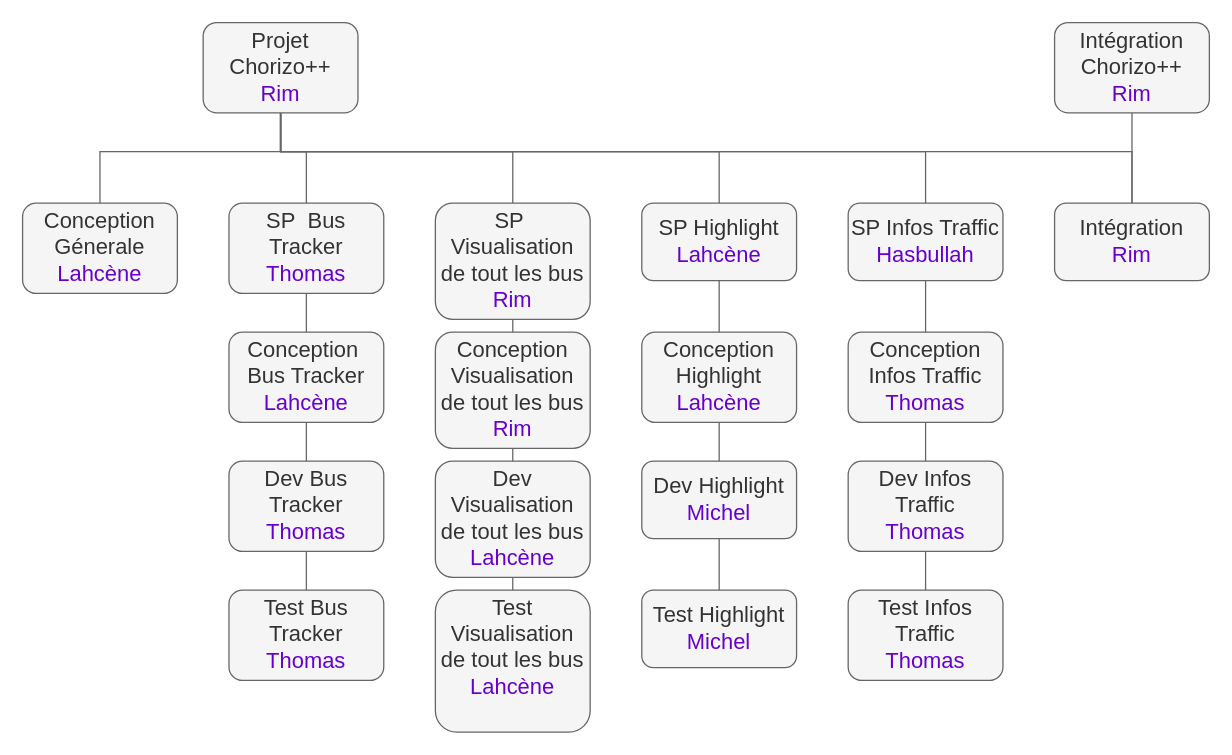
RimAmarat/AuditSysteme keeps this draw.io diagram as OBS.drawio. Above is the earlier version. Source tidied: cells renumbered, new cells numbered last; positions are measured from the earlier drawing's top-left corner, leaving out a move shared by most shapes. Both pictures are drawn from the tidied source at 129%, with x=0, y=0 at pixel (22, 22).
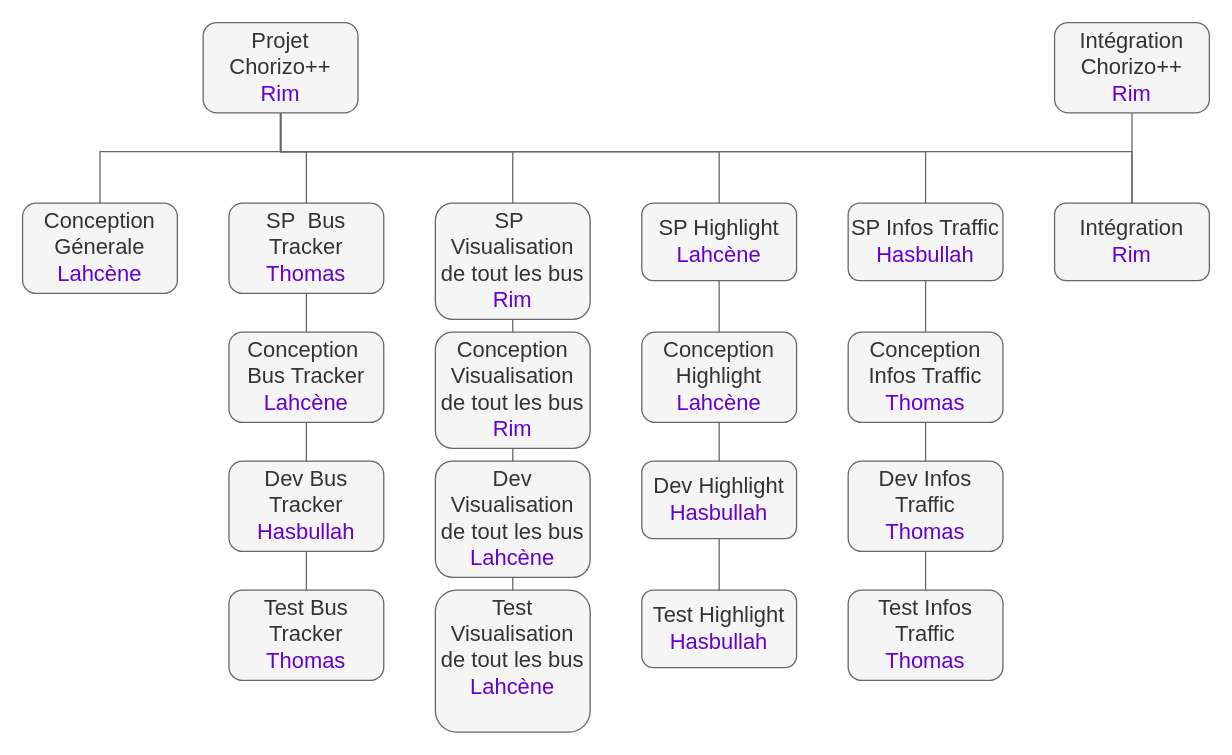
After the change.

Change to the diagram source:
```diff
@@
-    <mxCell id="18" value="&lt;div&gt;&lt;span style=&quot;font-size: 17px&quot;&gt;Dev Bus Tracker&lt;/span&gt;&lt;/div&gt;&lt;div&gt;&lt;span style=&quot;font-size: 17px&quot;&gt;&lt;font color=&quot;#6600CC&quot;&gt;Thomas&lt;/font&gt;&lt;br&gt;&lt;/span&gt;&lt;/div&gt;" style="rounded=1;whiteSpace=wrap;html=1;fillColor=#f5f5f5;fontColor=#333333;strokeColor=#666666;" parent="1" vertex="1">
+    <mxCell id="18" value="&lt;div&gt;&lt;span style=&quot;font-size: 17px&quot;&gt;Dev Bus Tracker&lt;/span&gt;&lt;/div&gt;&lt;div&gt;&lt;span style=&quot;font-size: 17px&quot;&gt;&lt;font color=&quot;#6600cc&quot;&gt;Hasbullah&lt;/font&gt;&lt;/span&gt;&lt;/div&gt;" style="rounded=1;whiteSpace=wrap;html=1;fillColor=#f5f5f5;fontColor=#333333;strokeColor=#666666;" parent="1" vertex="1">
       <mxGeometry x="160" y="340" width="120" height="70" as="geometry" />
     </mxCell>
@@
-    <mxCell id="24" value="&lt;div&gt;&lt;span style=&quot;font-size: 17px&quot;&gt;Dev Highlight&lt;/span&gt;&lt;/div&gt;&lt;div&gt;&lt;span style=&quot;font-size: 17px&quot;&gt;&lt;font color=&quot;#6600CC&quot;&gt;Michel&lt;/font&gt;&lt;br&gt;&lt;/span&gt;&lt;/div&gt;" style="rounded=1;whiteSpace=wrap;html=1;fillColor=#f5f5f5;fontColor=#333333;strokeColor=#666666;" parent="1" vertex="1">
+    <mxCell id="24" value="&lt;div&gt;&lt;span style=&quot;font-size: 17px&quot;&gt;Dev Highlight&lt;/span&gt;&lt;/div&gt;&lt;div&gt;&lt;font color=&quot;#6600cc&quot;&gt;&lt;span style=&quot;font-size: 17px&quot;&gt;Hasbullah&lt;/span&gt;&lt;/font&gt;&lt;/div&gt;" style="rounded=1;whiteSpace=wrap;html=1;fillColor=#f5f5f5;fontColor=#333333;strokeColor=#666666;" parent="1" vertex="1">
       <mxGeometry x="480" y="340" width="120" height="60" as="geometry" />
     </mxCell>
-    <mxCell id="25" value="&lt;div&gt;&lt;span style=&quot;font-size: 17px&quot;&gt;Test Highlight&lt;/span&gt;&lt;/div&gt;&lt;div&gt;&lt;span style=&quot;font-size: 17px&quot;&gt;&lt;font color=&quot;#6600CC&quot;&gt;Michel&lt;/font&gt;&lt;br&gt;&lt;/span&gt;&lt;/div&gt;" style="rounded=1;whiteSpace=wrap;html=1;fillColor=#f5f5f5;fontColor=#333333;strokeColor=#666666;" parent="1" vertex="1">
+    <mxCell id="25" value="&lt;div&gt;&lt;span style=&quot;font-size: 17px&quot;&gt;Test Highlight&lt;/span&gt;&lt;/div&gt;&lt;div&gt;&lt;span style=&quot;font-size: 17px&quot;&gt;&lt;font color=&quot;#6600cc&quot;&gt;Hasbullah&lt;/font&gt;&lt;/span&gt;&lt;/div&gt;" style="rounded=1;whiteSpace=wrap;html=1;fillColor=#f5f5f5;fontColor=#333333;strokeColor=#666666;" parent="1" vertex="1">
       <mxGeometry x="480" y="440" width="120" height="60" as="geometry" />
     </mxCell>
```
